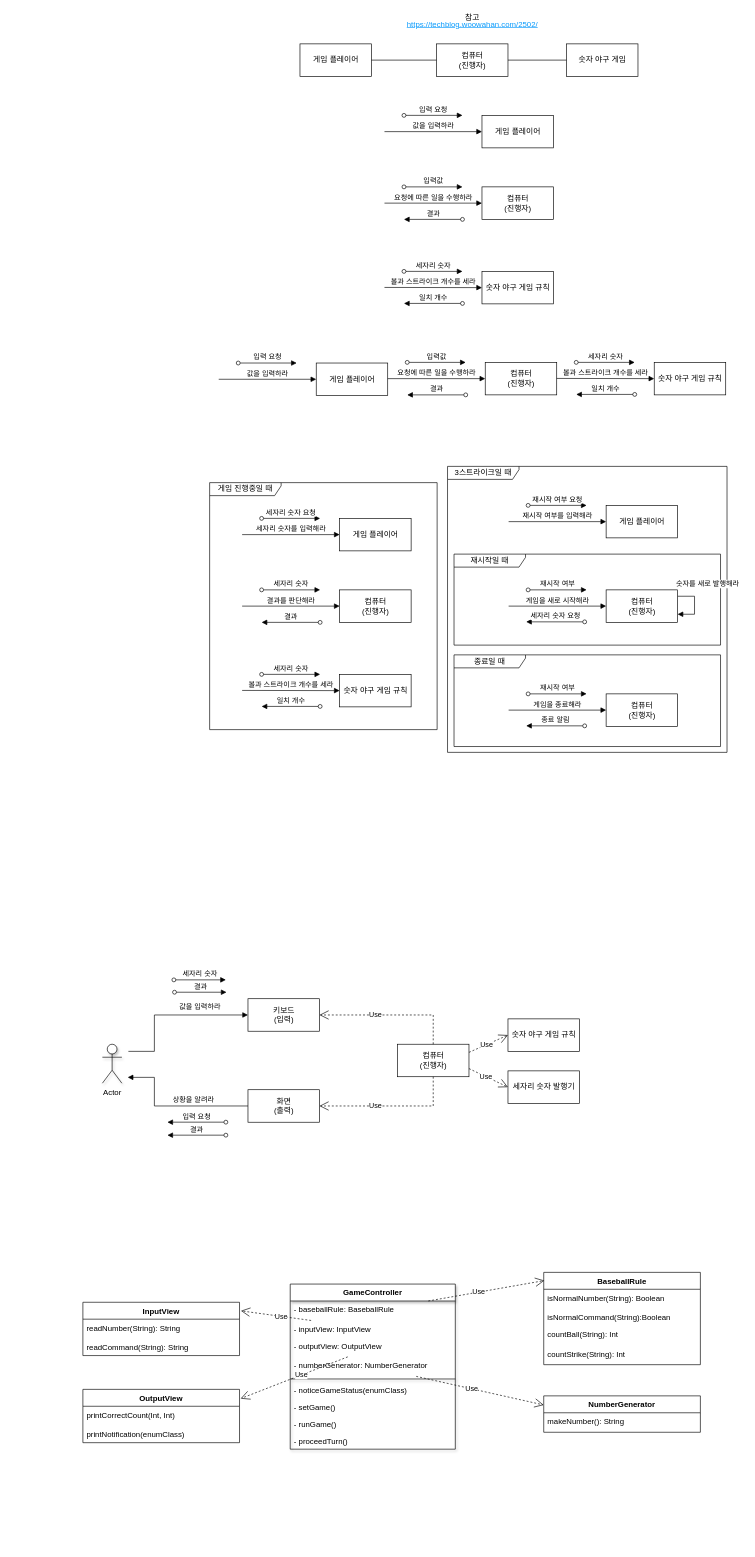
This is docs/Baseball_Diagram.drawio from otter66/kotlin-baseball, a draw.io file, before an edit. Source tidied: cells renumbered, new cells numbered last; positions are measured from the earlier drawing's top-left corner, leaving out a move shared by most shapes. Both pictures are drawn from the tidied source at 65%, with x=0, y=0 at pixel (83, 11).
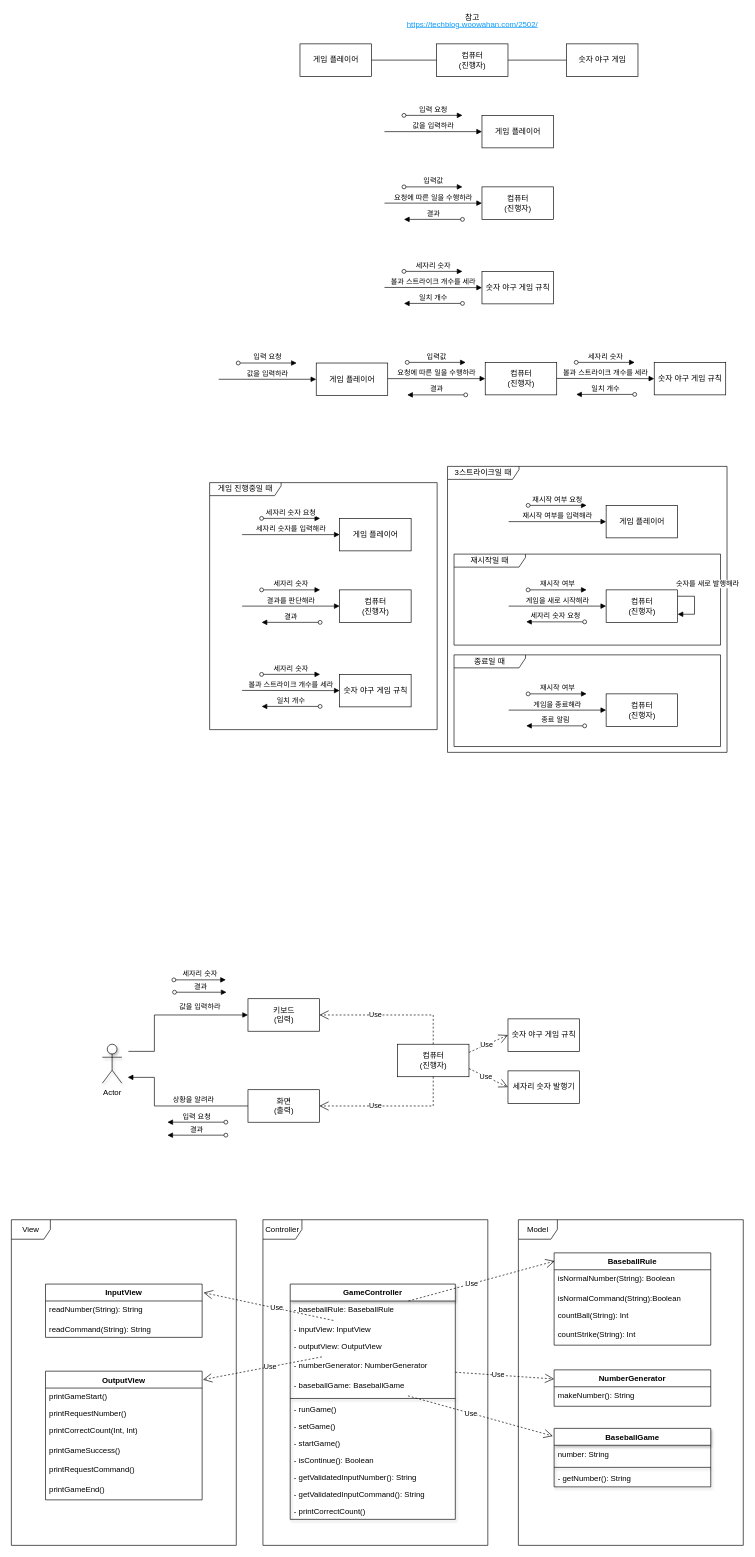
After the change.

Commit message:
docs: 코드 작성중 변경된 구조를 Diagram에 반영

Unchanged cells that the change refers to:
```xml
<mxCell id="82" value="- outputView: OutputView" style="text;strokeColor=none;fillColor=none;align=left;verticalAlign=top;spacingLeft=4;spacingRight=4;overflow=hidden;points=[[0,0.5],[1,0.5]];portConstraint=eastwest;fontColor=#000000;" parent="79" vertex="1">
  <mxGeometry y="82" width="254" height="30" as="geometry" />
</mxCell>
```

Diff of the diagram source:
```diff
@@
     <mxCell id="69" value="BaseballRule" style="swimlane;fontStyle=1;align=center;verticalAlign=top;horizontal=1;startSize=26;fontColor=#000000;" parent="1" vertex="1">
-      <mxGeometry x="709" y="1940" width="241" height="142" as="geometry" />
+      <mxGeometry x="725" y="1910" width="241" height="142" as="geometry" />
     </mxCell>
@@
     <mxCell id="79" value="GameController" style="swimlane;fontStyle=1;align=center;verticalAlign=top;horizontal=1;startSize=26;shadow=1;fontColor=#000000;" parent="1" vertex="1">
-      <mxGeometry x="319" y="1958" width="254" height="254" as="geometry" />
+      <mxGeometry x="319" y="1958" width="254" height="362" as="geometry" />
     </mxCell>
@@
+    <mxCell id="101" value="- baseballGame: BaseballGame" style="text;align=left;verticalAlign=top;spacingLeft=4;spacingRight=4;overflow=hidden;points=[[0,0.5],[1,0.5]];portConstraint=eastwest;" parent="79" vertex="1">
+      <mxGeometry y="142" width="254" height="30" as="geometry" />
+    </mxCell>
     <mxCell id="84" style="line;strokeWidth=1;fillColor=none;align=left;verticalAlign=middle;spacingTop=-1;spacingLeft=3;spacingRight=3;labelPosition=right;shadow=1;fontColor=#000000;" parent="79" vertex="1">
-      <mxGeometry y="142" width="254" height="8" as="geometry" />
+      <mxGeometry y="172" width="254" height="8" as="geometry" />
     </mxCell>
-    <mxCell id="85" value="- noticeGameStatus(enumClass)" style="text;strokeColor=none;fillColor=none;align=left;verticalAlign=top;spacingLeft=4;spacingRight=4;overflow=hidden;shadow=1;fontColor=#000000;" parent="79" vertex="1">
-      <mxGeometry y="150" width="254" height="26" as="geometry" />
-    </mxCell>
+    <mxCell id="87" value="- runGame()" style="text;strokeColor=none;fillColor=none;align=left;verticalAlign=top;spacingLeft=4;spacingRight=4;overflow=hidden;shadow=1;fontColor=#000000;" parent="79" vertex="1">
+      <mxGeometry y="180" width="254" height="26" as="geometry" />
+    </mxCell>
     <mxCell id="86" value="- setGame()" style="text;strokeColor=none;fillColor=none;align=left;verticalAlign=top;spacingLeft=4;spacingRight=4;overflow=hidden;shadow=1;fontColor=#000000;" parent="79" vertex="1">
-      <mxGeometry y="176" width="254" height="26" as="geometry" />
+      <mxGeometry y="206" width="254" height="26" as="geometry" />
     </mxCell>
-    <mxCell id="87" value="- runGame()" style="text;strokeColor=none;fillColor=none;align=left;verticalAlign=top;spacingLeft=4;spacingRight=4;overflow=hidden;shadow=1;fontColor=#000000;" parent="79" vertex="1">
-      <mxGeometry y="202" width="254" height="26" as="geometry" />
-    </mxCell>
+    <mxCell id="102" value="- startGame()" style="text;strokeColor=none;fillColor=none;align=left;verticalAlign=top;spacingLeft=4;spacingRight=4;overflow=hidden;shadow=1;fontColor=#000000;" parent="79" vertex="1">
+      <mxGeometry y="232" width="254" height="26" as="geometry" />
+    </mxCell>
-    <mxCell id="88" value="- proceedTurn()" style="text;strokeColor=none;fillColor=none;align=left;verticalAlign=top;spacingLeft=4;spacingRight=4;overflow=hidden;shadow=1;fontColor=#000000;" parent="79" vertex="1">
-      <mxGeometry y="228" width="254" height="26" as="geometry" />
+    <mxCell id="88" value="- isContinue(): Boolean" style="text;strokeColor=none;fillColor=none;align=left;verticalAlign=top;spacingLeft=4;spacingRight=4;overflow=hidden;shadow=1;fontColor=#000000;" parent="79" vertex="1">
+      <mxGeometry y="258" width="254" height="26" as="geometry" />
     </mxCell>
+    <mxCell id="103" value="- getValidatedInputNumber(): String" style="text;strokeColor=none;fillColor=none;align=left;verticalAlign=top;spacingLeft=4;spacingRight=4;overflow=hidden;shadow=1;fontColor=#000000;" parent="79" vertex="1">
+      <mxGeometry y="284" width="254" height="26" as="geometry" />
+    </mxCell>
+    <mxCell id="104" value="- getValidatedInputCommand(): String" style="text;strokeColor=none;fillColor=none;align=left;verticalAlign=top;spacingLeft=4;spacingRight=4;overflow=hidden;shadow=1;fontColor=#000000;" parent="79" vertex="1">
+      <mxGeometry y="310" width="254" height="26" as="geometry" />
+    </mxCell>
+    <mxCell id="105" value="- printCorrectCount()" style="text;strokeColor=none;fillColor=none;align=left;verticalAlign=top;spacingLeft=4;spacingRight=4;overflow=hidden;shadow=1;fontColor=#000000;" parent="79" vertex="1">
+      <mxGeometry y="336" width="254" height="26" as="geometry" />
+    </mxCell>
@@
     <mxCell id="90" value="NumberGenerator" style="swimlane;fontStyle=1;align=center;verticalAlign=top;horizontal=1;startSize=26;fontColor=#000000;" parent="1" vertex="1">
-      <mxGeometry x="709" y="2130" width="241" height="56" as="geometry" />
+      <mxGeometry x="725" y="2090" width="241" height="56" as="geometry" />
     </mxCell>
@@
     <mxCell id="93" value="InputView" style="swimlane;fontStyle=1;align=center;verticalAlign=top;horizontal=1;startSize=26;fontColor=#000000;" parent="1" vertex="1">
-      <mxGeometry y="1986" width="241" height="82" as="geometry" />
+      <mxGeometry x="-57.5" y="1958" width="241" height="82" as="geometry" />
     </mxCell>
@@
     <mxCell id="97" value="OutputView" style="swimlane;fontStyle=1;align=center;verticalAlign=top;horizontal=1;startSize=26;fontColor=#000000;" parent="1" vertex="1">
-      <mxGeometry y="2120" width="241" height="82" as="geometry" />
+      <mxGeometry x="-57.5" y="2092" width="241" height="198" as="geometry" />
     </mxCell>
+    <mxCell id="106" value="printGameStart()" style="text;strokeColor=none;fillColor=none;align=left;verticalAlign=top;spacingLeft=4;spacingRight=4;overflow=hidden;shadow=1;fontColor=#000000;" parent="97" vertex="1">
+      <mxGeometry y="26" width="241" height="26" as="geometry" />
+    </mxCell>
+    <mxCell id="99" value="printRequestNumber()" style="text;strokeColor=none;fillColor=none;align=left;verticalAlign=top;spacingLeft=4;spacingRight=4;overflow=hidden;shadow=1;fontColor=#000000;" parent="97" vertex="1">
+      <mxGeometry y="52" width="241" height="26" as="geometry" />
+    </mxCell>
     <mxCell id="98" value="printCorrectCount(Int, Int)" style="text;strokeColor=none;fillColor=none;align=left;verticalAlign=top;spacingLeft=4;spacingRight=4;overflow=hidden;fontColor=#000000;" parent="97" vertex="1">
-      <mxGeometry y="26" width="241" height="30" as="geometry" />
+      <mxGeometry y="78" width="241" height="30" as="geometry" />
     </mxCell>
-    <mxCell id="99" value="printNotification(enumClass)" style="text;strokeColor=none;fillColor=none;align=left;verticalAlign=top;spacingLeft=4;spacingRight=4;overflow=hidden;shadow=1;fontColor=#000000;" parent="97" vertex="1">
-      <mxGeometry y="56" width="241" height="26" as="geometry" />
-    </mxCell>
+    <mxCell id="107" value="printGameSuccess()" style="text;strokeColor=none;fillColor=none;align=left;verticalAlign=top;spacingLeft=4;spacingRight=4;overflow=hidden;fontColor=#000000;" parent="97" vertex="1">
+      <mxGeometry y="108" width="241" height="30" as="geometry" />
+    </mxCell>
+    <mxCell id="108" value="printRequestCommand()" style="text;strokeColor=none;fillColor=none;align=left;verticalAlign=top;spacingLeft=4;spacingRight=4;overflow=hidden;fontColor=#000000;" parent="97" vertex="1">
+      <mxGeometry y="138" width="241" height="30" as="geometry" />
+    </mxCell>
+    <mxCell id="109" value="printGameEnd()" style="text;strokeColor=none;fillColor=none;align=left;verticalAlign=top;spacingLeft=4;spacingRight=4;overflow=hidden;fontColor=#000000;" parent="97" vertex="1">
+      <mxGeometry y="168" width="241" height="30" as="geometry" />
+    </mxCell>
-    <mxCell id="100" value="Use" style="endArrow=open;endSize=12;dashed=1;html=1;rounded=0;fontColor=#000000;entryX=1.007;entryY=0.173;entryDx=0;entryDy=0;entryPerimeter=0;" parent="1" edge="1" source="82" target="97">
+    <mxCell id="100" value="Use" style="endArrow=open;endSize=12;dashed=1;html=1;rounded=0;fontColor=#000000;entryX=1.005;entryY=0.066;entryDx=0;entryDy=0;entryPerimeter=0;" parent="1" edge="1" source="82" target="97">
       <mxGeometry x="-0.13" relative="1" as="geometry" />
     </mxCell>
+    <mxCell id="110" value="BaseballGame" style="swimlane;fontStyle=1;align=center;verticalAlign=top;horizontal=1;startSize=26;shadow=1;fontColor=#000000;" parent="1" vertex="1">
+      <mxGeometry x="725" y="2180" width="241" height="90" as="geometry" />
+    </mxCell>
+    <mxCell id="111" value="number: String" style="text;strokeColor=none;fillColor=none;align=left;verticalAlign=top;spacingLeft=4;spacingRight=4;overflow=hidden;fontColor=#000000;" parent="110" vertex="1">
+      <mxGeometry y="26" width="241" height="30" as="geometry" />
+    </mxCell>
+    <mxCell id="112" style="line;strokeWidth=1;fillColor=none;align=left;verticalAlign=middle;spacingTop=-1;spacingLeft=3;spacingRight=3;labelPosition=right;shadow=1;fontColor=#000000;" parent="110" vertex="1">
+      <mxGeometry y="56" width="241" height="8" as="geometry" />
+    </mxCell>
+    <mxCell id="113" value="- getNumber(): String" style="text;strokeColor=none;fillColor=none;align=left;verticalAlign=top;spacingLeft=4;spacingRight=4;overflow=hidden;shadow=1;fontColor=#000000;" parent="110" vertex="1">
+      <mxGeometry y="64" width="241" height="26" as="geometry" />
+    </mxCell>
+    <mxCell id="114" value="Use" style="endArrow=open;endSize=12;dashed=1;html=1;rounded=0;fontColor=#000000;entryX=-0.008;entryY=0.131;entryDx=0;entryDy=0;entryPerimeter=0;" parent="1" edge="1" source="101" target="110">
+      <mxGeometry x="-0.13" relative="1" as="geometry" />
+    </mxCell>
+    <mxCell id="115" value="Model" style="shape=umlFrame;whiteSpace=wrap;html=1;" parent="1" vertex="1">
+      <mxGeometry x="670" y="1859" width="346" height="501" as="geometry" />
+    </mxCell>
+    <mxCell id="116" value="View" style="shape=umlFrame;whiteSpace=wrap;html=1;" parent="1" vertex="1">
+      <mxGeometry x="-110" y="1859" width="346" height="501" as="geometry" />
+    </mxCell>
+    <mxCell id="117" value="Controller" style="shape=umlFrame;whiteSpace=wrap;html=1;" parent="1" vertex="1">
+      <mxGeometry x="277" y="1859" width="346" height="501" as="geometry" />
+    </mxCell>
```
